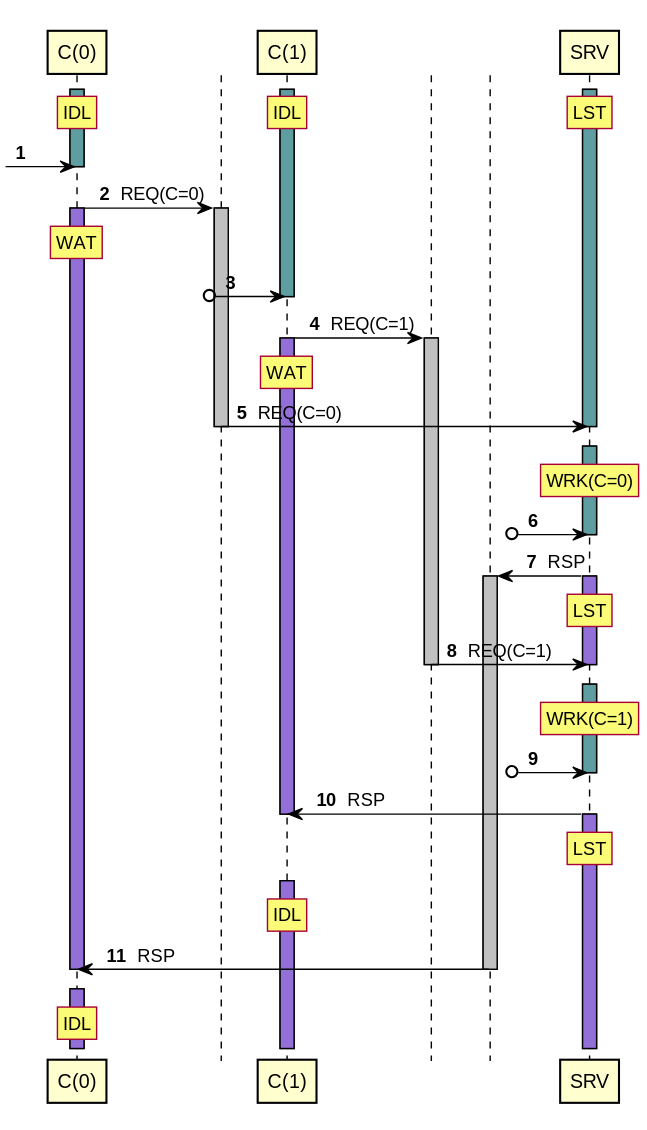
The PlantUML diagram tests/expected/test_clients_server/sequence.svg in orenbenkiki/total-space, before a commit.
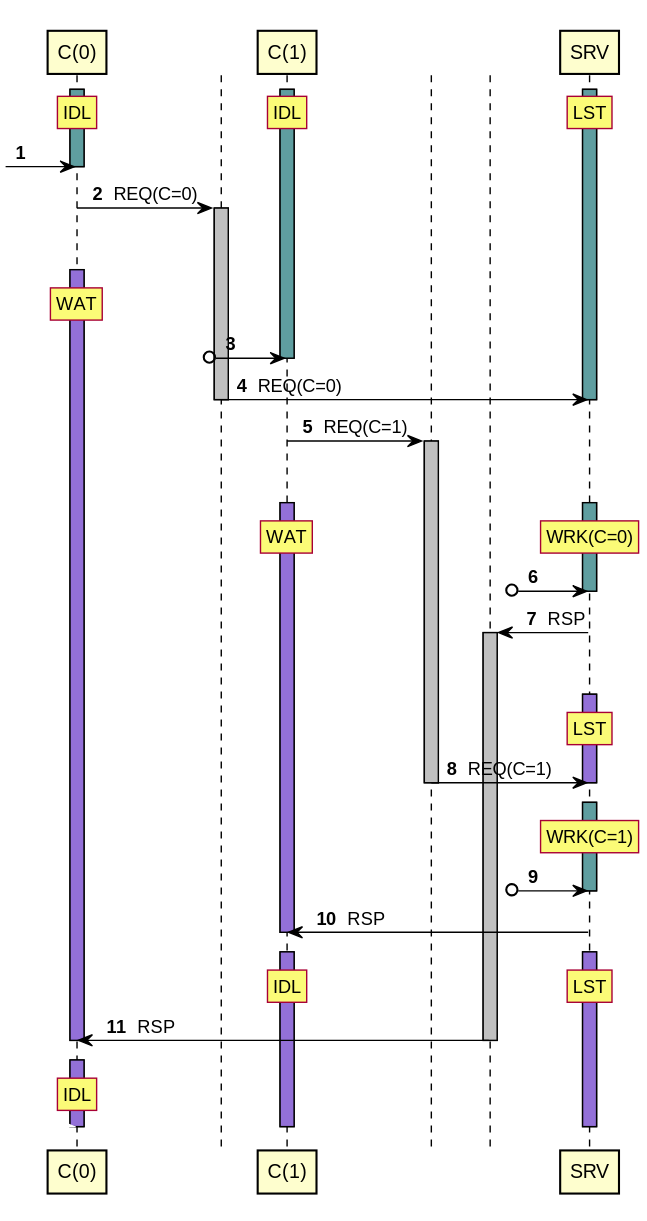
The same diagram one commit later.

The edit, as a diff of the source:
```diff
@@ -24,55 +24,71 @@
 control " " as T0 order 10101
 A0 -> T0 : REQ(C=0)
 activate T0 #Silver
+deactivate A0
+autonumber stop
+[-[#White]\ A0
+autonumber resume
+activate A0 #MediumPurple
 rnote over A0 : WAT
-activate A0 #MediumPurple
 ?o-> A1
 deactivate A1
+T0 -> A2 : REQ(C=0)
+deactivate T0
+deactivate A2
 control " " as T1 order 10201
 A1 -> T1 : REQ(C=1)
 activate T1 #Silver
+deactivate A1
+autonumber stop
+[-[#White]\ A0
+autonumber resume
+activate A1 #MediumPurple
+activate A2 #CadetBlue
 rnote over A1 : WAT
-activate A1 #MediumPurple
-T0 -> A2 : REQ(C=0)
-deactivate T0
-deactivate A2
-autonumber stop
-?-[#White]\ A2
-autonumber resume
-rnote over A2 : WRK(C=0)
-activate A2 #CadetBlue
+/ rnote over A2 : WRK(C=0)
 ?o-> A2
 deactivate A2
 control " " as T2 order 10299
 A2 -> T2 : RSP
 activate T2 #Silver
+deactivate A2
+autonumber stop
+[-[#White]\ A0
+autonumber resume
+activate A2 #MediumPurple
 rnote over A2 : LST
-activate A2 #MediumPurple
 T1 -> A2 : REQ(C=1)
 deactivate T1
 deactivate A2
 autonumber stop
-?-[#White]\ A2
+[-[#White]\ A0
 autonumber resume
+activate A2 #CadetBlue
 rnote over A2 : WRK(C=1)
-activate A2 #CadetBlue
 ?o-> A2
 deactivate A2
 A2 -> A1 : RSP
+deactivate A2
 deactivate A1
+autonumber stop
+[-[#White]\ A0
+autonumber resume
+activate A2 #MediumPurple
+activate A1 #MediumPurple
 rnote over A2 : LST
-activate A2 #MediumPurple
-autonumber stop
-?-[#White]\ A1
-autonumber resume
-rnote over A1 : IDL
-activate A1 #MediumPurple
+/ rnote over A1 : IDL
 T2 -> A0 : RSP
 deactivate T2
 deactivate A0
 autonumber stop
-?-[#White]\ A0
+[-[#White]\ A0
 autonumber resume
+activate A0 #MediumPurple
 rnote over A0 : IDL
-activate A0 #MediumPurple
+autonumber stop
+[-[#White]\ A0
+autonumber resume
+deactivate A0
+deactivate A1
+deactivate A2
 @enduml
```
